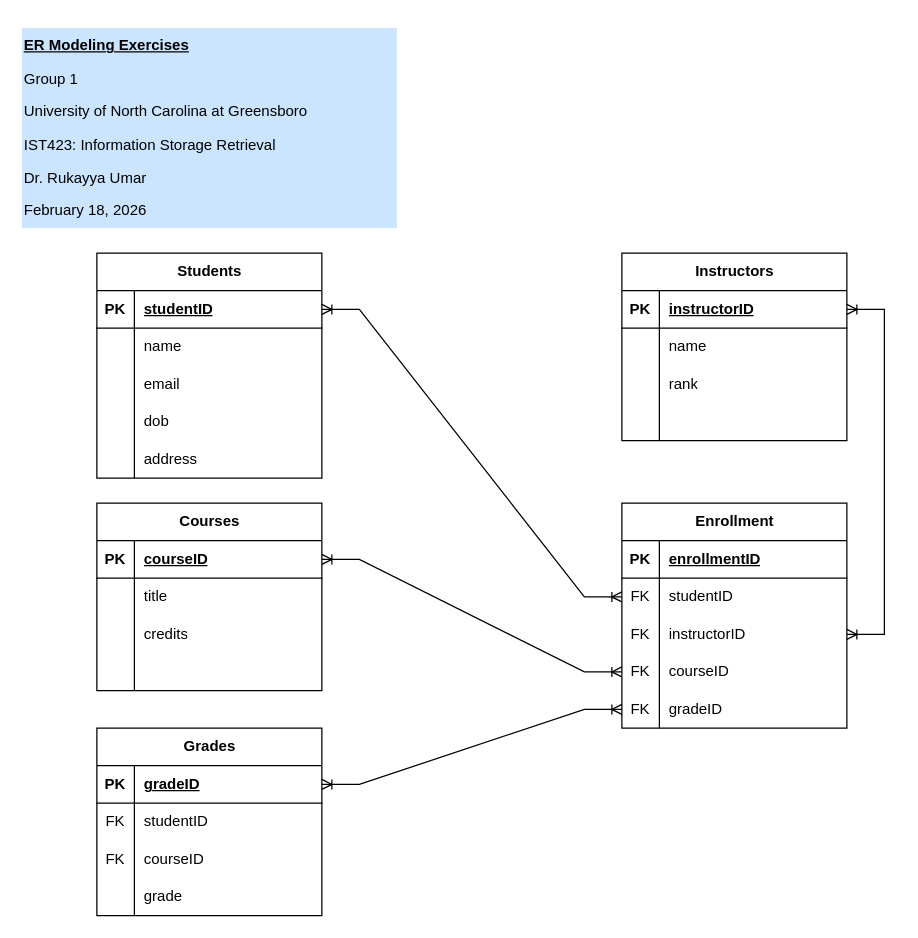
bmontessua/general keeps this draw.io diagram as ClassExerciseWk6.drawio. Above is the earlier version. Source tidied: cells renumbered, new cells numbered last; positions are measured from the earlier drawing's top-left corner, leaving out a move shared by most shapes. Both pictures are drawn from the tidied source at 125%, with x=0, y=0 at pixel (21, 28).
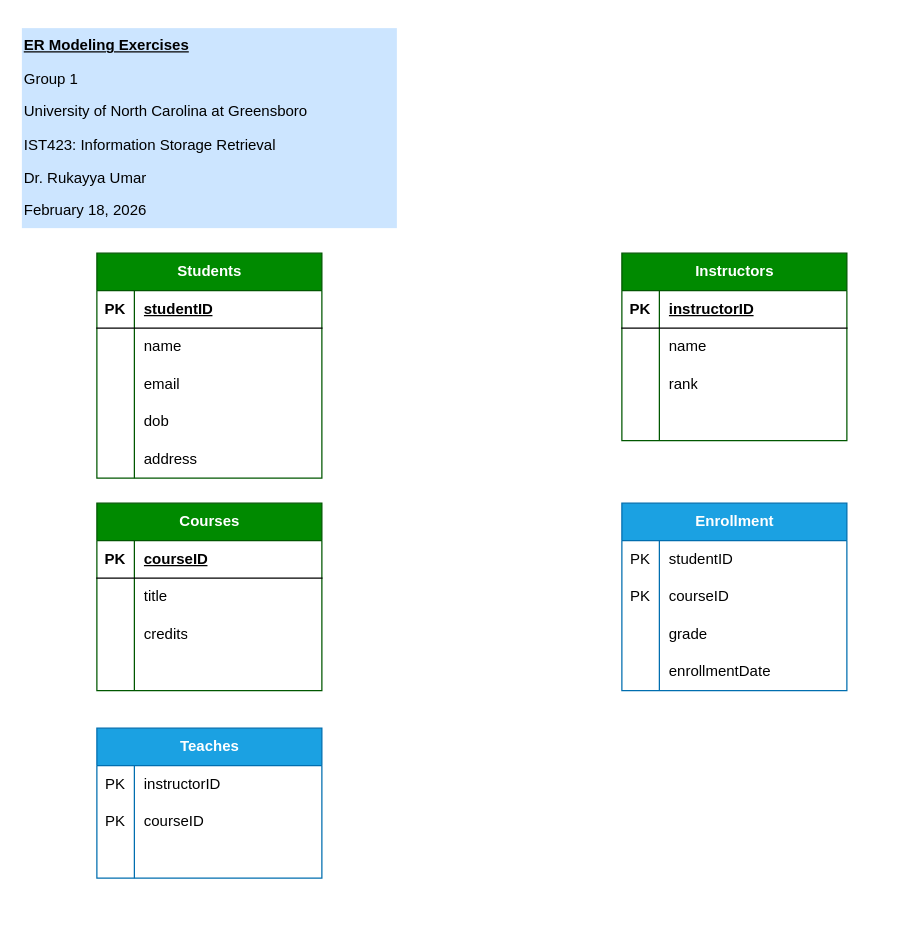
The same diagram, later.

The change refers to these unchanged cells:
```xml
<mxCell id="3" style="shape=tableRow;horizontal=0;startSize=0;swimlaneHead=0;swimlaneBody=0;fillColor=none;points=[[0,0.5],[1,0.5]];portConstraint=eastwest;top=0;left=0;right=0;bottom=1;" parent="2" vertex="1">
  <mxGeometry y="30" width="180" height="30" as="geometry" />
</mxCell>
<mxCell id="19" style="shape=tableRow;horizontal=0;startSize=0;swimlaneHead=0;swimlaneBody=0;fillColor=none;points=[[0,0.5],[1,0.5]];portConstraint=eastwest;top=0;left=0;right=0;bottom=1;" parent="18" vertex="1">
  <mxGeometry y="30" width="180" height="30" as="geometry" />
</mxCell>
<mxCell id="32" style="shape=tableRow;horizontal=0;startSize=0;swimlaneHead=0;swimlaneBody=0;fillColor=none;points=[[0,0.5],[1,0.5]];portConstraint=eastwest;top=0;left=0;right=0;bottom=1;" parent="31" vertex="1">
  <mxGeometry y="30" width="180" height="30" as="geometry" />
</mxCell>
```

The edit, as a diff of the source:
```diff
@@
-    <mxCell id="2" value="Students" style="shape=table;startSize=30;childLayout=tableLayout;rowLines=0;fontStyle=1;align=center;html=1;" parent="1" vertex="1">
+    <mxCell id="2" value="Students" style="shape=table;startSize=30;childLayout=tableLayout;rowLines=0;fontStyle=1;align=center;html=1;fillColor=#008a00;fontColor=#ffffff;strokeColor=#005700;" parent="1" vertex="1">
       <mxGeometry x="60" y="180" width="180" height="180" as="geometry" />
     </mxCell>
@@
-    <mxCell id="18" value="Courses" style="shape=table;startSize=30;childLayout=tableLayout;rowLines=0;fontStyle=1;align=center;html=1;" parent="1" vertex="1">
+    <mxCell id="18" value="Courses" style="shape=table;startSize=30;childLayout=tableLayout;rowLines=0;fontStyle=1;align=center;html=1;fillColor=#008a00;fontColor=#ffffff;strokeColor=#005700;" parent="1" vertex="1">
       <mxGeometry x="60" y="380" width="180" height="150" as="geometry" />
     </mxCell>
@@
-    <mxCell id="31" value="Instructors" style="shape=table;startSize=30;childLayout=tableLayout;rowLines=0;fontStyle=1;align=center;html=1;" parent="1" vertex="1">
+    <mxCell id="31" value="Instructors" style="shape=table;startSize=30;childLayout=tableLayout;rowLines=0;fontStyle=1;align=center;html=1;fillColor=#008a00;fontColor=#ffffff;strokeColor=#005700;" parent="1" vertex="1">
       <mxGeometry x="480" y="180" width="180" height="150" as="geometry" />
     </mxCell>
@@
-    <mxCell id="44" value="Enrollment" style="shape=table;startSize=30;childLayout=tableLayout;rowLines=0;fontStyle=1;align=center;html=1;" parent="1" vertex="1">
-      <mxGeometry x="480" y="380" width="180" height="180" as="geometry" />
+    <mxCell id="44" value="Enrollment" style="shape=table;startSize=30;childLayout=tableLayout;rowLines=0;fontStyle=1;align=center;html=1;fillColor=#1ba1e2;fontColor=#ffffff;strokeColor=#006EAF;" parent="1" vertex="1">
+      <mxGeometry x="480" y="380" width="180" height="150" as="geometry" />
     </mxCell>
-    <mxCell id="45" style="shape=tableRow;horizontal=0;startSize=0;swimlaneHead=0;swimlaneBody=0;fillColor=none;top=0;left=0;right=0;bottom=1;" parent="44" vertex="1">
-      <mxGeometry y="30" width="180" height="30" as="geometry" />
-    </mxCell>
-    <mxCell id="46" value="PK" style="shape=partialRectangle;fillColor=none;top=0;left=0;bottom=0;right=0;fontStyle=1;overflow=hidden;whiteSpace=wrap;html=1;" parent="45" vertex="1">
-      <mxGeometry width="30" height="30" as="geometry" />
-    </mxCell>
-    <mxCell id="47" value="enrollmentID" style="shape=partialRectangle;fillColor=none;top=0;left=0;bottom=0;right=0;align=left;spacingLeft=6;fontStyle=5;overflow=hidden;whiteSpace=wrap;html=1;" parent="45" vertex="1">
-      <mxGeometry x="30" width="150" height="30" as="geometry" />
-    </mxCell>
     <mxCell id="48" style="shape=tableRow;horizontal=0;startSize=0;swimlaneHead=0;swimlaneBody=0;fillColor=none;points=[[0,0.5],[1,0.5]];portConstraint=eastwest;top=0;left=0;right=0;bottom=0;" parent="44" vertex="1">
-      <mxGeometry y="60" width="180" height="30" as="geometry" />
+      <mxGeometry y="30" width="180" height="30" as="geometry" />
     </mxCell>
-    <mxCell id="49" value="FK" style="shape=partialRectangle;fillColor=none;top=0;left=0;bottom=0;right=0;overflow=hidden;whiteSpace=wrap;html=1;" parent="48" vertex="1">
+    <mxCell id="49" value="PK" style="shape=partialRectangle;fillColor=none;top=0;left=0;bottom=0;right=0;overflow=hidden;whiteSpace=wrap;html=1;" parent="48" vertex="1">
       <mxGeometry width="30" height="30" as="geometry" />
     </mxCell>
@@
     <mxCell id="51" style="shape=tableRow;horizontal=0;startSize=0;swimlaneHead=0;swimlaneBody=0;fillColor=none;points=[[0,0.5],[1,0.5]];portConstraint=eastwest;top=0;left=0;right=0;bottom=0;" parent="44" vertex="1">
-      <mxGeometry y="90" width="180" height="30" as="geometry" />
+      <mxGeometry y="60" width="180" height="30" as="geometry" />
     </mxCell>
-    <mxCell id="52" value="FK" style="shape=partialRectangle;fillColor=none;top=0;left=0;bottom=0;right=0;overflow=hidden;whiteSpace=wrap;html=1;" parent="51" vertex="1">
+    <mxCell id="52" value="PK" style="shape=partialRectangle;fillColor=none;top=0;left=0;bottom=0;right=0;overflow=hidden;whiteSpace=wrap;html=1;" parent="51" vertex="1">
       <mxGeometry width="30" height="30" as="geometry" />
     </mxCell>
-    <mxCell id="53" value="instructorID" style="shape=partialRectangle;fillColor=none;top=0;left=0;bottom=0;right=0;align=left;spacingLeft=6;overflow=hidden;whiteSpace=wrap;html=1;" parent="51" vertex="1">
+    <mxCell id="53" value="courseID" style="shape=partialRectangle;fillColor=none;top=0;left=0;bottom=0;right=0;align=left;spacingLeft=6;overflow=hidden;whiteSpace=wrap;html=1;" parent="51" vertex="1">
       <mxGeometry x="30" width="150" height="30" as="geometry" />
     </mxCell>
     <mxCell id="54" style="shape=tableRow;horizontal=0;startSize=0;swimlaneHead=0;swimlaneBody=0;fillColor=none;points=[[0,0.5],[1,0.5]];portConstraint=eastwest;top=0;left=0;right=0;bottom=0;" parent="44" vertex="1">
-      <mxGeometry y="120" width="180" height="30" as="geometry" />
+      <mxGeometry y="90" width="180" height="30" as="geometry" />
     </mxCell>
-    <mxCell id="55" value="FK" style="shape=partialRectangle;fillColor=none;top=0;left=0;bottom=0;right=0;overflow=hidden;whiteSpace=wrap;html=1;" parent="54" vertex="1">
+    <mxCell id="55" style="shape=partialRectangle;fillColor=none;top=0;left=0;bottom=0;right=0;overflow=hidden;whiteSpace=wrap;html=1;" parent="54" vertex="1">
       <mxGeometry width="30" height="30" as="geometry" />
     </mxCell>
-    <mxCell id="56" value="courseID" style="shape=partialRectangle;fillColor=none;top=0;left=0;bottom=0;right=0;align=left;spacingLeft=6;overflow=hidden;whiteSpace=wrap;html=1;" parent="54" vertex="1">
+    <mxCell id="56" value="grade" style="shape=partialRectangle;fillColor=none;top=0;left=0;bottom=0;right=0;align=left;spacingLeft=6;overflow=hidden;whiteSpace=wrap;html=1;" parent="54" vertex="1">
       <mxGeometry x="30" width="150" height="30" as="geometry" />
     </mxCell>
     <mxCell id="57" style="shape=tableRow;horizontal=0;startSize=0;swimlaneHead=0;swimlaneBody=0;fillColor=none;points=[[0,0.5],[1,0.5]];portConstraint=eastwest;top=0;left=0;right=0;bottom=0;" parent="44" vertex="1">
-      <mxGeometry y="150" width="180" height="30" as="geometry" />
+      <mxGeometry y="120" width="180" height="30" as="geometry" />
     </mxCell>
-    <mxCell id="58" value="FK" style="shape=partialRectangle;fillColor=none;top=0;left=0;bottom=0;right=0;overflow=hidden;whiteSpace=wrap;html=1;" parent="57" vertex="1">
+    <mxCell id="58" style="shape=partialRectangle;fillColor=none;top=0;left=0;bottom=0;right=0;overflow=hidden;whiteSpace=wrap;html=1;" parent="57" vertex="1">
       <mxGeometry width="30" height="30" as="geometry" />
     </mxCell>
-    <mxCell id="59" value="gradeID" style="shape=partialRectangle;fillColor=none;top=0;left=0;bottom=0;right=0;align=left;spacingLeft=6;overflow=hidden;whiteSpace=wrap;html=1;" parent="57" vertex="1">
+    <mxCell id="59" value="enrollmentDate" style="shape=partialRectangle;fillColor=none;top=0;left=0;bottom=0;right=0;align=left;spacingLeft=6;overflow=hidden;whiteSpace=wrap;html=1;" parent="57" vertex="1">
       <mxGeometry x="30" width="150" height="30" as="geometry" />
     </mxCell>
@@
-    <mxCell id="61" value="Grades" style="shape=table;startSize=30;childLayout=tableLayout;rowLines=0;fontStyle=1;align=center;html=1;" parent="1" vertex="1">
-      <mxGeometry x="60" y="560" width="180" height="150" as="geometry" />
+    <mxCell id="61" value="&lt;div&gt;Teaches&lt;/div&gt;" style="shape=table;startSize=30;childLayout=tableLayout;rowLines=0;fontStyle=1;align=center;html=1;fillColor=#1ba1e2;fontColor=#ffffff;strokeColor=#006EAF;" parent="1" vertex="1">
+      <mxGeometry x="60" y="560" width="180" height="120" as="geometry" />
     </mxCell>
-    <mxCell id="62" style="shape=tableRow;horizontal=0;startSize=0;swimlaneHead=0;swimlaneBody=0;fillColor=none;points=[[0,0.5],[1,0.5]];portConstraint=eastwest;top=0;left=0;right=0;bottom=1;" parent="61" vertex="1">
-      <mxGeometry y="30" width="180" height="30" as="geometry" />
-    </mxCell>
-    <mxCell id="63" value="PK" style="shape=partialRectangle;fillColor=none;top=0;left=0;bottom=0;right=0;fontStyle=1;overflow=hidden;whiteSpace=wrap;html=1;" parent="62" vertex="1">
-      <mxGeometry width="30" height="30" as="geometry" />
-    </mxCell>
-    <mxCell id="64" value="gradeID" style="shape=partialRectangle;fillColor=none;top=0;left=0;bottom=0;right=0;align=left;spacingLeft=6;fontStyle=5;overflow=hidden;whiteSpace=wrap;html=1;" parent="62" vertex="1">
-      <mxGeometry x="30" width="150" height="30" as="geometry" />
-    </mxCell>
     <mxCell id="65" style="shape=tableRow;horizontal=0;startSize=0;swimlaneHead=0;swimlaneBody=0;fillColor=none;top=0;left=0;right=0;bottom=0;" parent="61" vertex="1">
-      <mxGeometry y="60" width="180" height="30" as="geometry" />
+      <mxGeometry y="30" width="180" height="30" as="geometry" />
     </mxCell>
-    <mxCell id="66" value="FK" style="shape=partialRectangle;fillColor=none;top=0;left=0;bottom=0;right=0;overflow=hidden;whiteSpace=wrap;html=1;" parent="65" vertex="1">
+    <mxCell id="66" value="PK" style="shape=partialRectangle;fillColor=none;top=0;left=0;bottom=0;right=0;overflow=hidden;whiteSpace=wrap;html=1;" parent="65" vertex="1">
       <mxGeometry width="30" height="30" as="geometry" />
     </mxCell>
-    <mxCell id="67" value="studentID" style="shape=partialRectangle;fillColor=none;top=0;left=0;bottom=0;right=0;align=left;spacingLeft=6;overflow=hidden;whiteSpace=wrap;html=1;" parent="65" vertex="1">
+    <mxCell id="67" value="instructorID" style="shape=partialRectangle;fillColor=none;top=0;left=0;bottom=0;right=0;align=left;spacingLeft=6;overflow=hidden;whiteSpace=wrap;html=1;" parent="65" vertex="1">
       <mxGeometry x="30" width="150" height="30" as="geometry" />
     </mxCell>
     <mxCell id="68" style="shape=tableRow;horizontal=0;startSize=0;swimlaneHead=0;swimlaneBody=0;fillColor=none;top=0;left=0;right=0;bottom=0;" parent="61" vertex="1">
-      <mxGeometry y="90" width="180" height="30" as="geometry" />
+      <mxGeometry y="60" width="180" height="30" as="geometry" />
     </mxCell>
-    <mxCell id="69" value="FK" style="shape=partialRectangle;fillColor=none;top=0;left=0;bottom=0;right=0;overflow=hidden;whiteSpace=wrap;html=1;" parent="68" vertex="1">
+    <mxCell id="69" value="PK" style="shape=partialRectangle;fillColor=none;top=0;left=0;bottom=0;right=0;overflow=hidden;whiteSpace=wrap;html=1;" parent="68" vertex="1">
       <mxGeometry width="30" height="30" as="geometry" />
     </mxCell>
@@
     <mxCell id="71" style="shape=tableRow;horizontal=0;startSize=0;swimlaneHead=0;swimlaneBody=0;fillColor=none;top=0;left=0;right=0;bottom=0;" parent="61" vertex="1">
-      <mxGeometry y="120" width="180" height="30" as="geometry" />
+      <mxGeometry y="90" width="180" height="30" as="geometry" />
     </mxCell>
@@
-    <mxCell id="73" value="grade" style="shape=partialRectangle;fillColor=none;top=0;left=0;bottom=0;right=0;align=left;spacingLeft=6;overflow=hidden;whiteSpace=wrap;html=1;" parent="71" vertex="1">
+    <mxCell id="73" style="shape=partialRectangle;fillColor=none;top=0;left=0;bottom=0;right=0;align=left;spacingLeft=6;overflow=hidden;whiteSpace=wrap;html=1;" parent="71" vertex="1">
       <mxGeometry x="30" width="150" height="30" as="geometry" />
     </mxCell>
-    <mxCell id="74" style="edgeStyle=entityRelationEdgeStyle;fontSize=12;html=1;endArrow=ERoneToMany;startArrow=ERoneToMany;rounded=0;exitX=1;exitY=0.5;exitDx=0;exitDy=0;entryX=0;entryY=0.5;entryDx=0;entryDy=0;" parent="1" edge="1" source="3" target="48">
-      <mxGeometry relative="1" as="geometry" />
-    </mxCell>
-    <mxCell id="75" style="edgeStyle=entityRelationEdgeStyle;fontSize=12;html=1;endArrow=ERoneToMany;startArrow=ERoneToMany;rounded=0;exitX=1;exitY=0.5;exitDx=0;exitDy=0;entryX=0;entryY=0.5;entryDx=0;entryDy=0;" parent="1" edge="1" source="62" target="57">
-      <mxGeometry relative="1" as="geometry" />
-    </mxCell>
-    <mxCell id="76" style="edgeStyle=entityRelationEdgeStyle;fontSize=12;html=1;endArrow=ERoneToMany;startArrow=ERoneToMany;rounded=0;exitX=1;exitY=0.5;exitDx=0;exitDy=0;entryX=0;entryY=0.5;entryDx=0;entryDy=0;" parent="1" edge="1" source="19" target="54">
-      <mxGeometry relative="1" as="geometry" />
-    </mxCell>
-    <mxCell id="77" style="edgeStyle=entityRelationEdgeStyle;fontSize=12;html=1;endArrow=ERoneToMany;startArrow=ERoneToMany;rounded=0;exitX=1;exitY=0.5;exitDx=0;exitDy=0;entryX=1;entryY=0.5;entryDx=0;entryDy=0;" parent="1" edge="1" source="51" target="32">
-      <mxGeometry relative="1" as="geometry" />
-    </mxCell>
```
